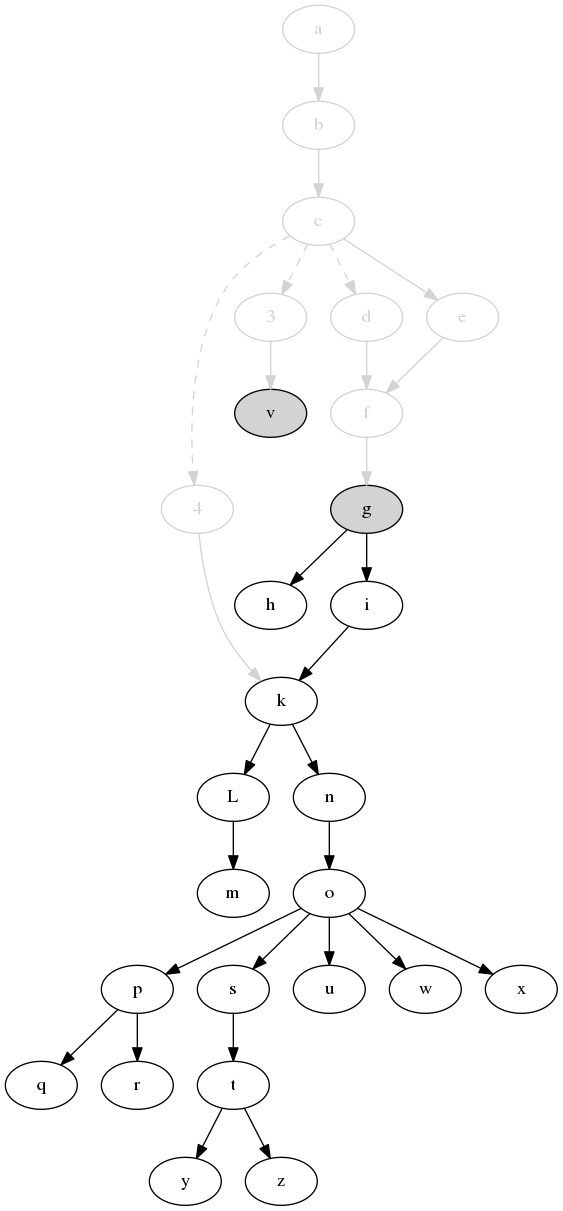
The Graphviz diagram svm-startup-deps.png in jdmpapin/svm-startup-deps, before a commit. Its source is kept beside it as svm-startup-deps.dot.
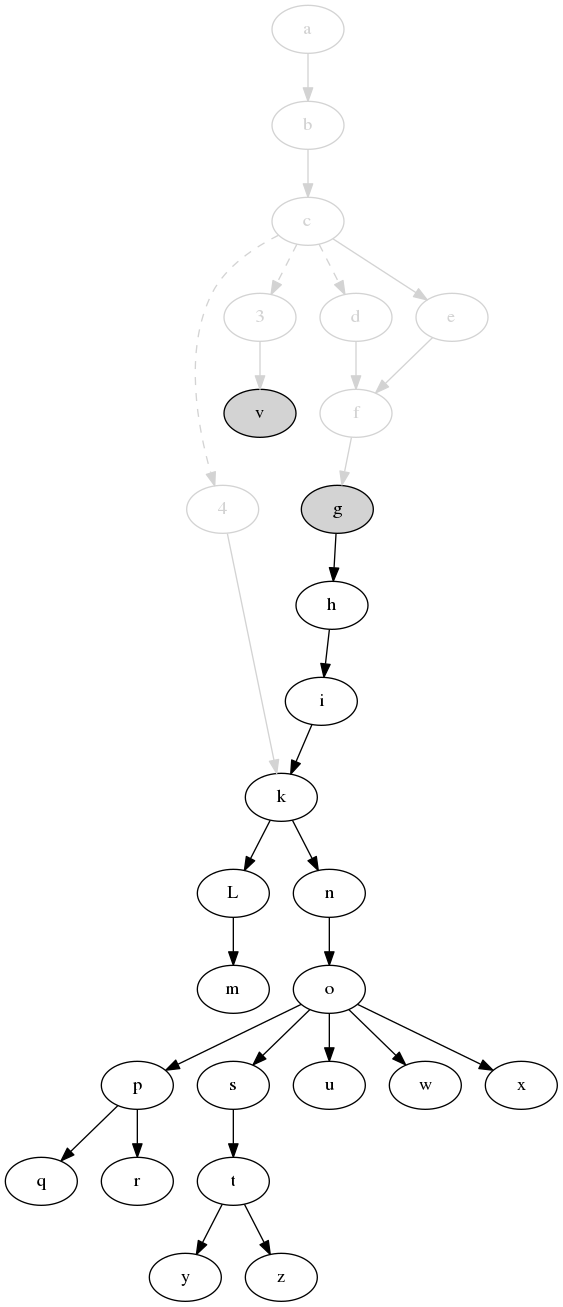
The same file after the commit.

The edit, as a diff of the source:
```diff
@@ -39,7 +39,7 @@
     e -> f [color=lightgrey];
     f -> g [color=lightgrey];
     g -> h;
-    g -> i;
+    h -> i;
     i -> k;
     k -> L;
     L -> m;
```
